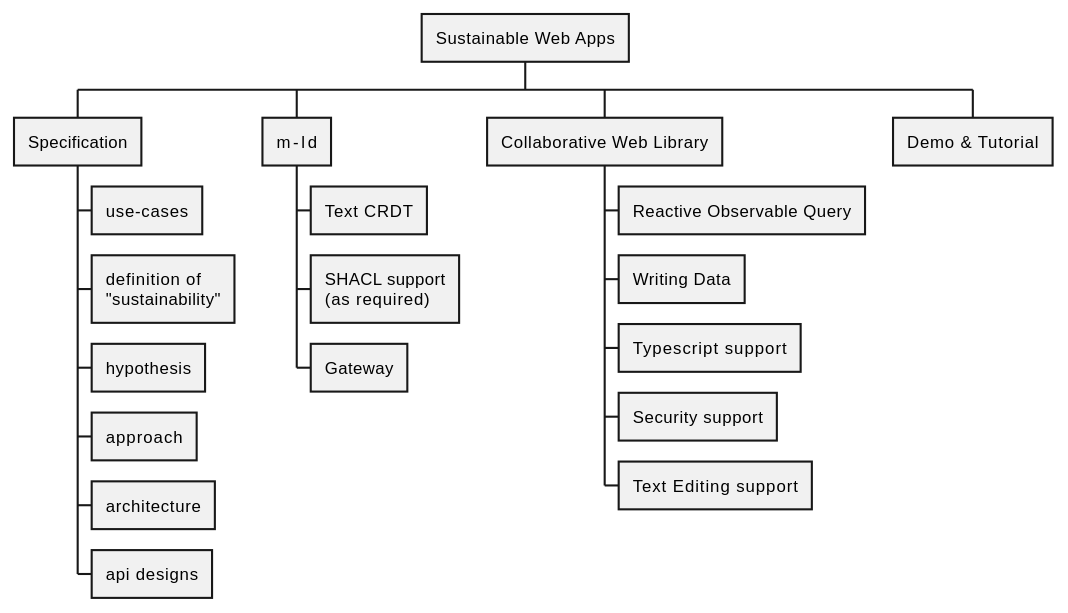
Earlier version of the PlantUML export spec/design/img/approach.wbs.svg (m-ld/sustainable-web-apps). The source it was exported from:
```plantuml
@startwbs

* Sustainable Web Apps
** Specification
*** use-cases
*** definition of\n"sustainability"
*** hypothesis
*** approach
*** architecture
*** api designs
** m-ld
*** Text CRDT
*** SHACL support\n(as required)
*** Gateway
** Collaborative Web Library
*** Reactive Observable Query
*** Writing Data
*** Typescript support
*** Security support
*** Text Editing support
** Demo & Tutorial
@endwbs
```
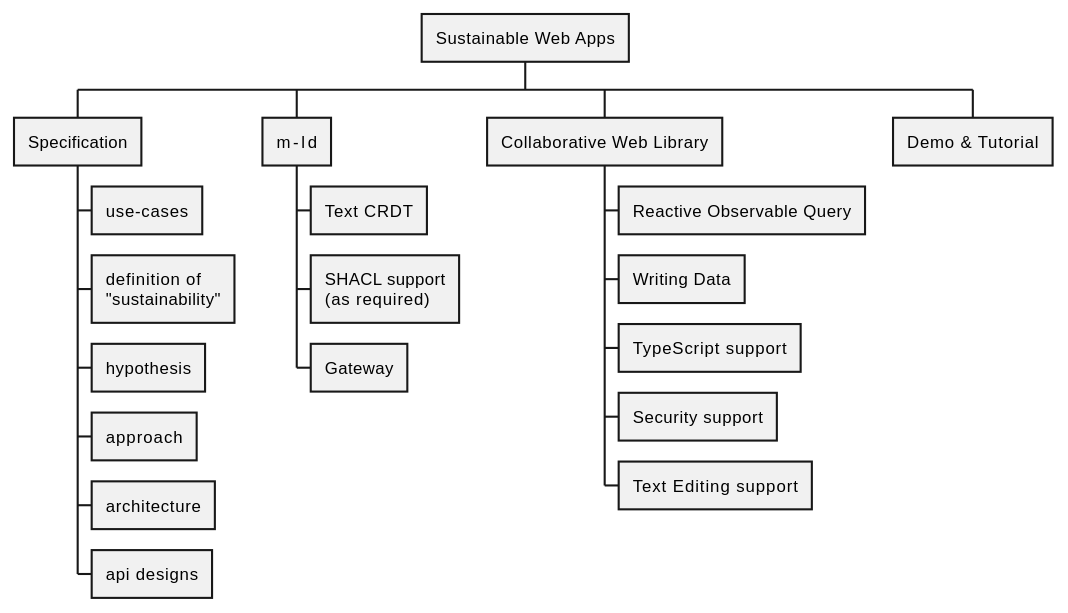
The same diagram one commit later.

Commit message:
#1: Removal of "Dataset"; diagram refactoring

Change to the diagram source:
```diff
@@ -15,7 +15,7 @@
 ** Collaborative Web Library
 *** Reactive Observable Query
 *** Writing Data
-*** Typescript support
+*** TypeScript support
 *** Security support
 *** Text Editing support
 ** Demo & Tutorial
```
